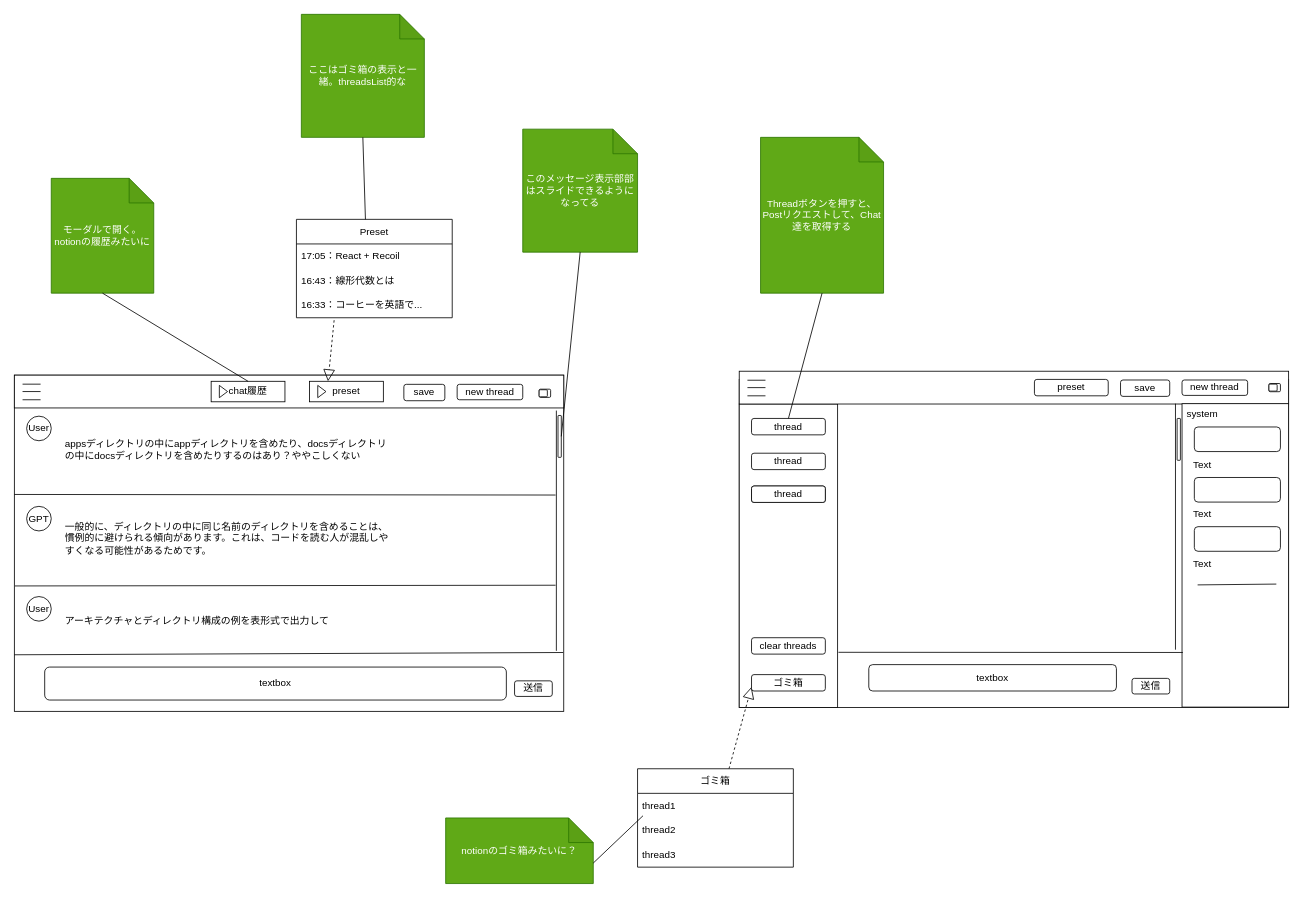
This is docs/ui-v1.drawio from bamboo-house/BambooGPT, a draw.io file, before an edit. Source tidied: cells renumbered, new cells numbered last; positions are measured from the earlier drawing's top-left corner, leaving out a move shared by most shapes. Both pictures are drawn from the tidied source at 82%, with x=0, y=0 at pixel (14, 14).
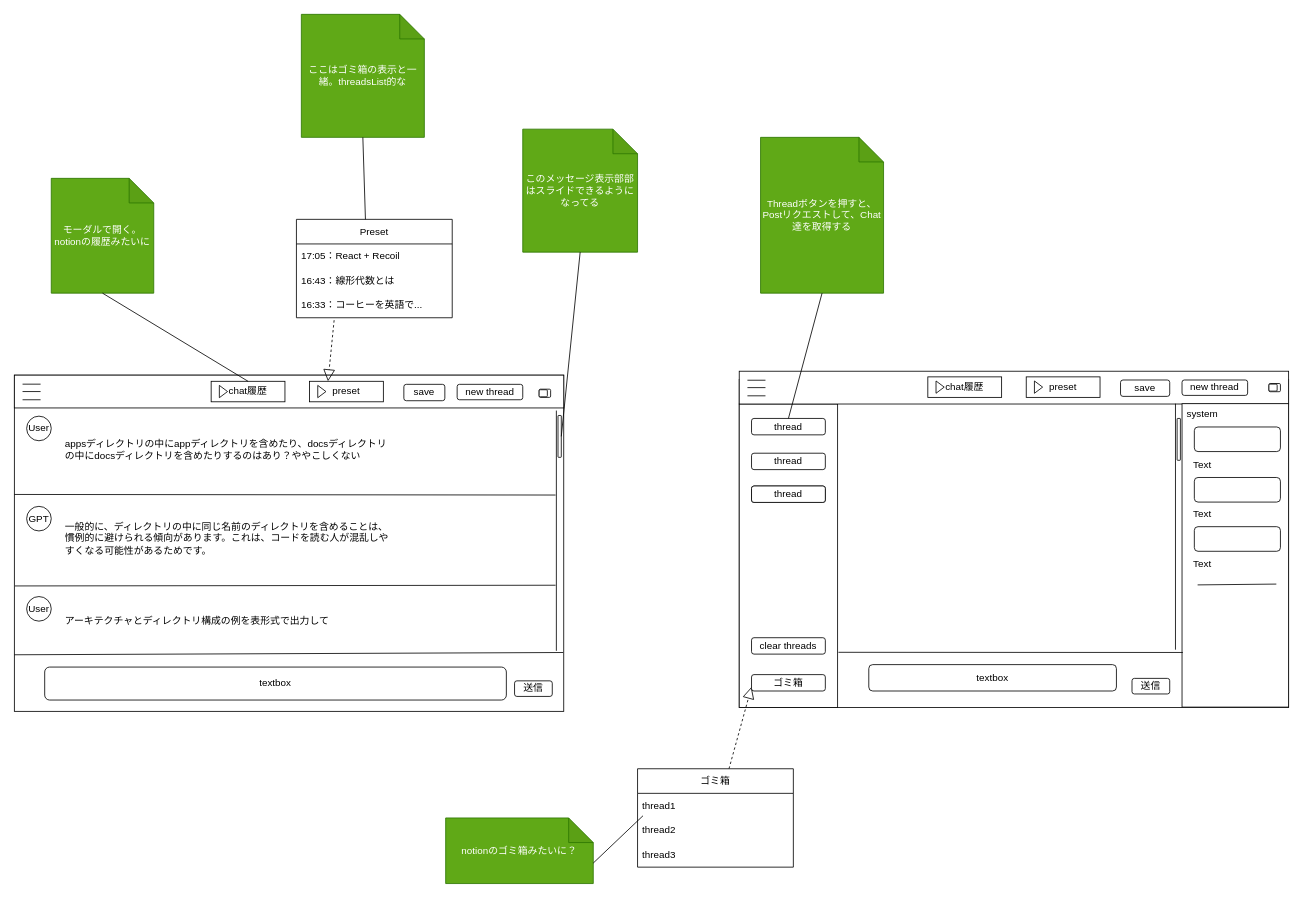
Above is the later version.

Commit message (it also covers changes not shown here):
UI改善・チャット機能モデリング中

The edit, as a diff of the source:
```diff
@@
-    <mxCell id="13" value="preset" style="rounded=1;whiteSpace=wrap;html=1;" parent="1" vertex="1">
-      <mxGeometry x="1244" y="445.2" width="90" height="20" as="geometry" />
-    </mxCell>
@@
+    <mxCell id="13" value="preset" style="html=1;whiteSpace=wrap;" parent="1" vertex="1">
+      <mxGeometry x="1234" y="442.1" width="90" height="25" as="geometry" />
+    </mxCell>
+    <mxCell id="79" style="triangle;html=1;whiteSpace=wrap;" parent="13" vertex="1">
+      <mxGeometry x="10" y="5" width="10" height="15" as="geometry" />
+    </mxCell>
+    <mxCell id="80" value="chat履歴" style="html=1;whiteSpace=wrap;" parent="1" vertex="1">
+      <mxGeometry x="1114" y="442.1" width="90" height="25" as="geometry" />
+    </mxCell>
+    <mxCell id="81" style="triangle;html=1;whiteSpace=wrap;" parent="80" vertex="1">
+      <mxGeometry x="10" y="5" width="10" height="15" as="geometry" />
+    </mxCell>
```
